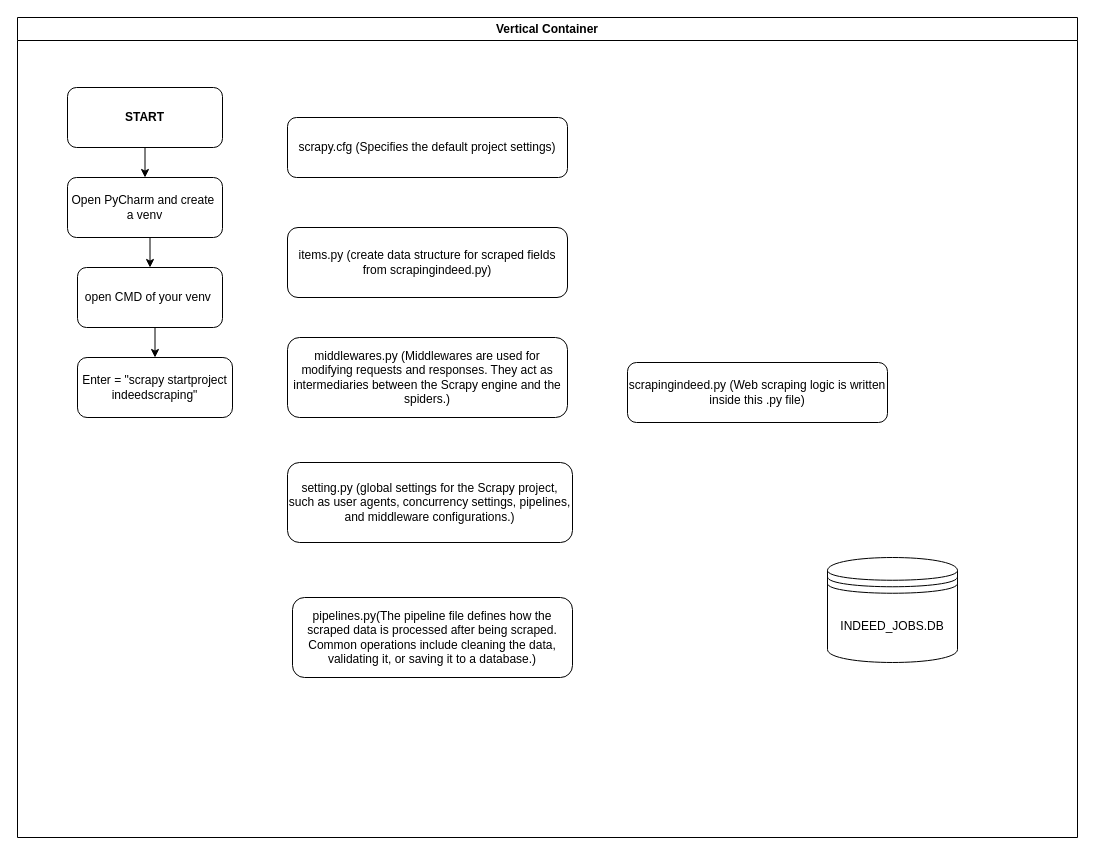
Earlier version of the draw.io diagram scrapingindeed/scrapingindeed/Scrapy flowchart.drawio (ShubhamSolse/Indeed-Webscraping-using-Scrapy-and-ScrapeOps). Source tidied: cells renumbered, new cells numbered last; positions are measured from the earlier drawing's top-left corner, leaving out a move shared by most shapes. Both pictures are drawn from the tidied source at 100%, with x=0, y=0 at pixel (17, 17).
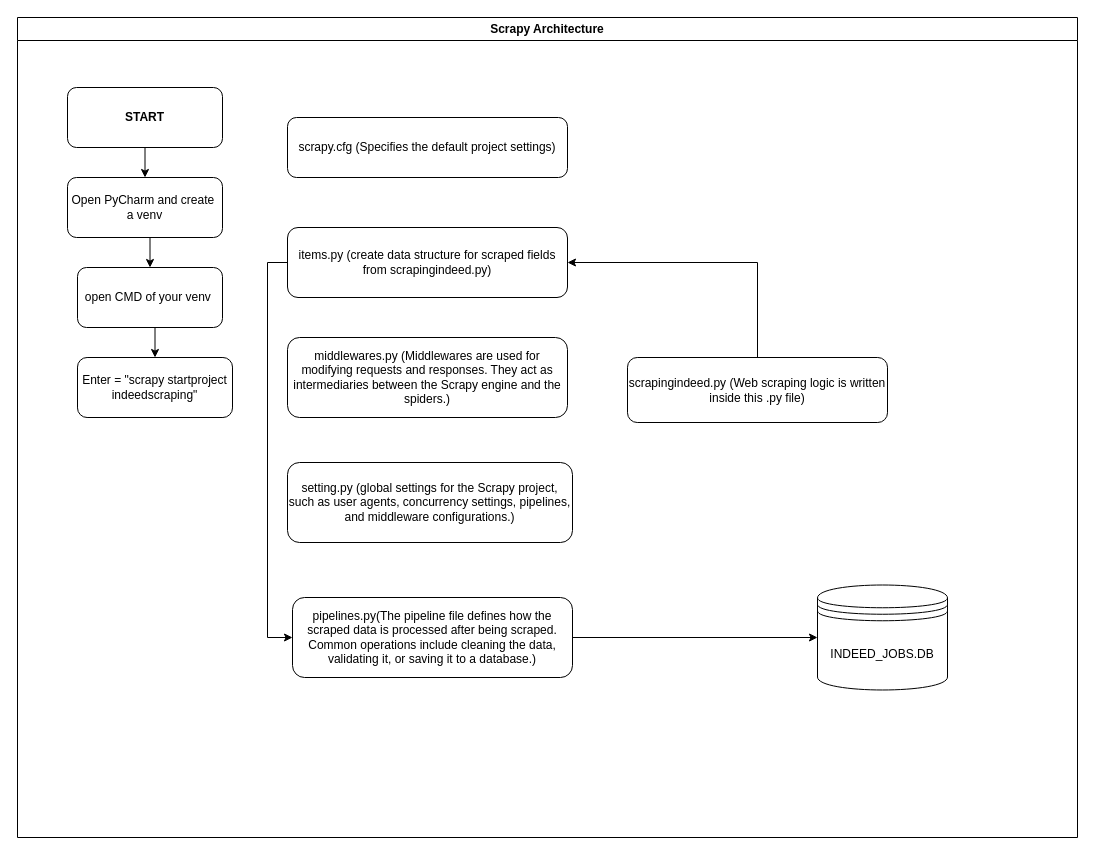
The same page after the edit.

The edit, as a diff of the source:
```diff
@@
 <mxGraphModel>
   <root>
     <mxCell id="0" />
     <mxCell id="1" parent="0" />
+    <mxCell id="17" style="edgeStyle=orthogonalEdgeStyle;rounded=0;jettySize=auto;html=1;exitX=0.5;exitY=0;exitDx=0;exitDy=0;entryX=1;entryY=0.5;entryDx=0;entryDy=0;" parent="1" edge="1" source="2" target="12">
+      <mxGeometry relative="1" as="geometry" />
+    </mxCell>
     <mxCell id="2" value="scrapingindeed.py (Web scraping logic is written inside this .py file)" style="rounded=1;whiteSpace=wrap;html=1;" parent="1" vertex="1">
-      <mxGeometry x="610" y="345" width="260" height="60" as="geometry" />
+      <mxGeometry x="610" y="340" width="260" height="65" as="geometry" />
     </mxCell>
-    <mxCell id="3" value="Vertical Container" style="swimlane;whiteSpace=wrap;html=1;" parent="1" vertex="1">
+    <mxCell id="3" value="Scrapy Architecture" style="swimlane;whiteSpace=wrap;html=1;" parent="1" vertex="1">
       <mxGeometry width="1060" height="820" as="geometry" />
     </mxCell>
     <mxCell id="4" style="edgeStyle=orthogonalEdgeStyle;rounded=0;jettySize=auto;html=1;exitX=0.5;exitY=1;exitDx=0;exitDy=0;entryX=0.5;entryY=0;entryDx=0;entryDy=0;" parent="3" edge="1" source="5" target="7">
       <mxGeometry relative="1" as="geometry" />
     </mxCell>
     <mxCell id="5" value="START" style="rounded=1;whiteSpace=wrap;html=1;fontStyle=1;shadow=0;glass=0;gradientColor=none;" parent="3" vertex="1">
       <mxGeometry x="50" y="70" width="155" height="60" as="geometry" />
     </mxCell>
     <mxCell id="6" style="edgeStyle=orthogonalEdgeStyle;rounded=0;jettySize=auto;html=1;exitX=0.5;exitY=1;exitDx=0;exitDy=0;entryX=0.5;entryY=0;entryDx=0;entryDy=0;" parent="3" edge="1" source="7" target="9">
       <mxGeometry relative="1" as="geometry" />
     </mxCell>
     <mxCell id="7" value="Open PyCharm and create&amp;nbsp; a venv" style="rounded=1;whiteSpace=wrap;html=1;" parent="3" vertex="1">
       <mxGeometry x="50" y="160" width="155" height="60" as="geometry" />
     </mxCell>
     <mxCell id="8" style="edgeStyle=orthogonalEdgeStyle;rounded=0;jettySize=auto;html=1;exitX=0.5;exitY=1;exitDx=0;exitDy=0;entryX=0.5;entryY=0;entryDx=0;entryDy=0;" parent="3" edge="1" source="9" target="10">
       <mxGeometry relative="1" as="geometry" />
     </mxCell>
     <mxCell id="9" value="open CMD of your venv&amp;nbsp;" style="rounded=1;whiteSpace=wrap;html=1;" parent="3" vertex="1">
       <mxGeometry x="60" y="250" width="145" height="60" as="geometry" />
     </mxCell>
     <mxCell id="10" value="Enter = &quot;scrapy startproject indeedscraping&quot;" style="rounded=1;whiteSpace=wrap;html=1;arcSize=16;" parent="3" vertex="1">
       <mxGeometry x="60" y="340" width="155" height="60" as="geometry" />
     </mxCell>
     <mxCell id="11" value="scrapy.cfg (Specifies the default project settings)" style="rounded=1;whiteSpace=wrap;html=1;" parent="3" vertex="1">
       <mxGeometry x="270" y="100" width="280" height="60" as="geometry" />
     </mxCell>
+    <mxCell id="18" style="edgeStyle=orthogonalEdgeStyle;rounded=0;jettySize=auto;html=1;exitX=0;exitY=0.5;exitDx=0;exitDy=0;entryX=0;entryY=0.5;entryDx=0;entryDy=0;" parent="3" edge="1" source="12" target="15">
+      <mxGeometry relative="1" as="geometry" />
+    </mxCell>
     <mxCell id="12" value="items.py (create data structure for scraped fields from scrapingindeed.py)" style="rounded=1;whiteSpace=wrap;html=1;" parent="3" vertex="1">
       <mxGeometry x="270" y="210" width="280" height="70" as="geometry" />
     </mxCell>
     <mxCell id="13" value="middlewares.py (Middlewares are used for modifying requests and responses. They act as intermediaries between the Scrapy engine and the spiders.)" style="rounded=1;whiteSpace=wrap;html=1;" parent="3" vertex="1">
       <mxGeometry x="270" y="320" width="280" height="80" as="geometry" />
     </mxCell>
     <mxCell id="14" value="setting.py (global settings for the Scrapy project, such as user agents, concurrency settings, pipelines, and middleware configurations.)" style="rounded=1;whiteSpace=wrap;html=1;" parent="3" vertex="1">
       <mxGeometry x="270" y="445" width="285" height="80" as="geometry" />
     </mxCell>
+    <mxCell id="19" style="edgeStyle=orthogonalEdgeStyle;rounded=0;jettySize=auto;html=1;exitX=1;exitY=0.5;exitDx=0;exitDy=0;" parent="3" edge="1" source="15" target="16">
+      <mxGeometry relative="1" as="geometry" />
+    </mxCell>
     <mxCell id="15" value="pipelines.py(The pipeline file defines how the scraped data is processed after being scraped. Common operations include cleaning the data, validating it, or saving it to a database.)" style="rounded=1;whiteSpace=wrap;html=1;" parent="3" vertex="1">
       <mxGeometry x="275" y="580" width="280" height="80" as="geometry" />
     </mxCell>
     <mxCell id="16" value="INDEED_JOBS.DB" style="shape=datastore;whiteSpace=wrap;html=1;" parent="3" vertex="1">
-      <mxGeometry x="810" y="540" width="130" height="105" as="geometry" />
+      <mxGeometry x="800" y="567.5" width="130" height="105" as="geometry" />
     </mxCell>
   </root>
 </mxGraphModel>
```
